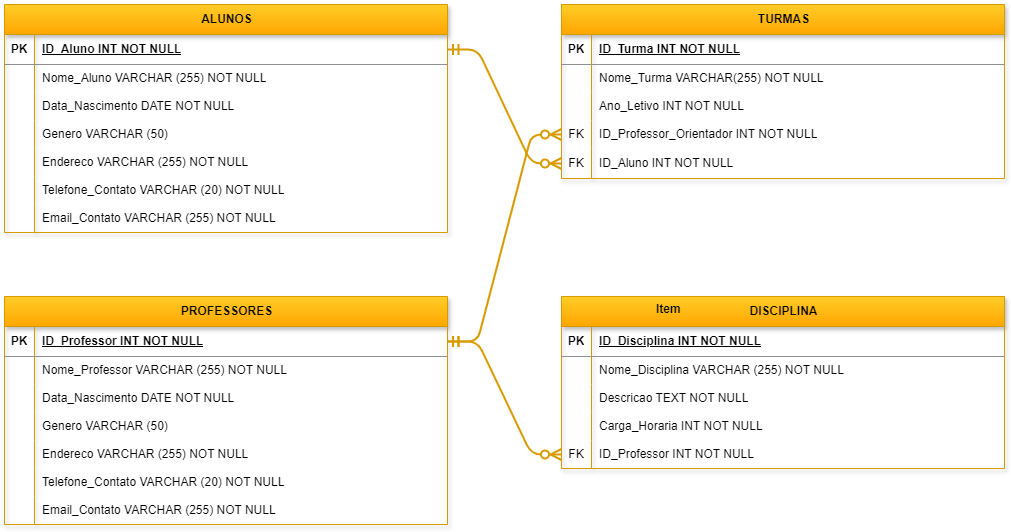
Above: Representations/tab_logic_keys.png in matheusvieger/Data_Collection_Storage (draw.io), before the change. Source tidied: cells renumbered, new cells last; positions are measured from the earlier drawing's top-left corner, leaving out a move shared by most shapes.
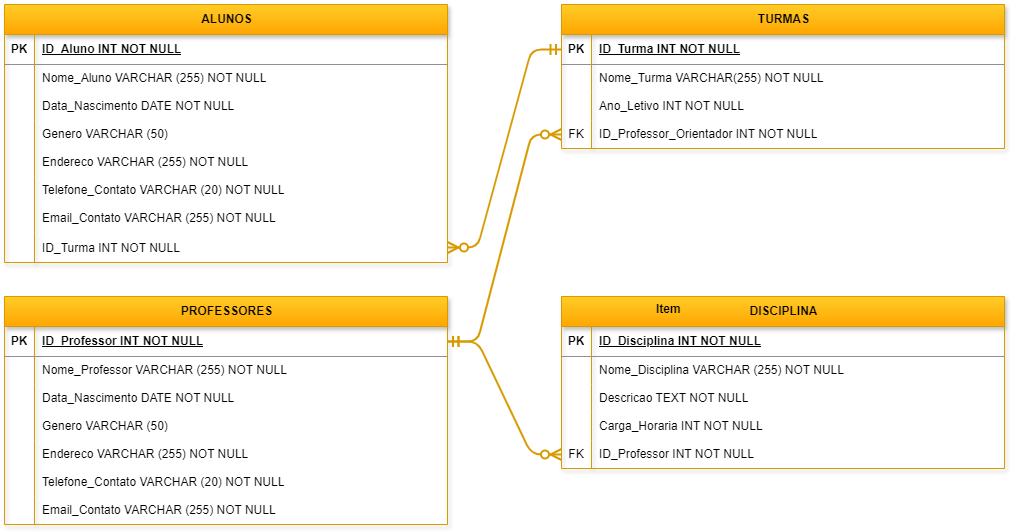
Later version of the same file.

Change to the diagram source:
```diff
@@ -3,7 +3,7 @@
     <mxCell id="0" />
     <mxCell id="1" parent="0" />
     <mxCell id="2" value="ALUNOS" style="shape=table;startSize=30;rowLines=0;fontStyle=1;align=center;html=1;labelBackgroundColor=none;fillColor=#ffcd28;strokeColor=#d79b00;rounded=0;labelBorderColor=none;gradientColor=#ffa500;swimlaneLine=1;shadow=1;" parent="1" vertex="1">
-      <mxGeometry width="443" height="228" as="geometry" />
+      <mxGeometry width="443" height="258" as="geometry" />
     </mxCell>
     <mxCell id="3" style="shape=tableRow;horizontal=0;startSize=0;swimlaneHead=0;swimlaneBody=0;fillColor=none;points=[[0,0.5],[1,0.5]];portConstraint=eastwest;top=0;left=0;right=0;bottom=1;labelBackgroundColor=default;strokeColor=#909090;fontColor=default;rounded=0;labelBorderColor=none;" parent="2" vertex="1">
       <mxGeometry y="30" width="443" height="30" as="geometry" />
@@ -68,6 +68,15 @@
     <mxCell id="23" value="Email_Contato VARCHAR (255) NOT NULL" style="shape=partialRectangle;fillColor=none;top=0;left=0;bottom=0;right=0;align=left;spacingLeft=6;overflow=hidden;whiteSpace=wrap;html=1;labelBackgroundColor=default;strokeColor=#909090;fontColor=default;rounded=0;labelBorderColor=none;" parent="21" vertex="1">
       <mxGeometry x="30" width="413" height="28" as="geometry" />
     </mxCell>
+    <mxCell id="82" style="shape=tableRow;horizontal=0;startSize=0;swimlaneHead=0;swimlaneBody=0;fillColor=none;points=[[0,0.5],[1,0.5]];portConstraint=eastwest;top=0;left=0;right=0;bottom=0;" parent="2" vertex="1">
+      <mxGeometry y="228" width="443" height="30" as="geometry" />
+    </mxCell>
+    <mxCell id="83" style="shape=partialRectangle;fillColor=none;top=0;left=0;bottom=0;right=0;overflow=hidden;" parent="82" vertex="1">
+      <mxGeometry width="30" height="30" as="geometry" />
+    </mxCell>
+    <mxCell id="84" value="ID_Turma INT NOT NULL" style="shape=partialRectangle;fillColor=none;top=0;left=0;bottom=0;right=0;align=left;spacingLeft=6;overflow=hidden;" parent="82" vertex="1">
+      <mxGeometry x="30" width="413" height="30" as="geometry" />
+    </mxCell>
     <mxCell id="24" value="PROFESSORES" style="shape=table;startSize=30;rowLines=0;fontStyle=1;align=center;html=1;labelBackgroundColor=none;fillColor=#ffcd28;strokeColor=#d79b00;rounded=0;labelBorderColor=none;gradientColor=#ffa500;shadow=1;" parent="1" vertex="1">
       <mxGeometry y="292" width="443" height="228" as="geometry" />
     </mxCell>
@@ -191,7 +200,7 @@
       </mxGeometry>
     </mxCell>
     <mxCell id="63" value="TURMAS" style="shape=table;startSize=30;rowLines=0;fontStyle=1;align=center;html=1;labelBackgroundColor=none;fillColor=#ffcd28;strokeColor=#d79b00;rounded=0;labelBorderColor=none;gradientColor=#ffa500;shadow=1;" parent="1" vertex="1">
-      <mxGeometry x="557" width="443" height="174" as="geometry" />
+      <mxGeometry x="557" width="443" height="144" as="geometry" />
     </mxCell>
     <mxCell id="64" style="shape=tableRow;horizontal=0;startSize=0;swimlaneHead=0;swimlaneBody=0;fillColor=none;points=[[0,0.5],[1,0.5]];portConstraint=eastwest;top=0;left=0;right=0;bottom=1;labelBackgroundColor=default;strokeColor=#909090;fontColor=default;rounded=0;labelBorderColor=none;" parent="63" vertex="1">
       <mxGeometry y="30" width="443" height="30" as="geometry" />
@@ -229,22 +238,13 @@
     <mxCell id="75" value="ID_Professor_Orientador INT NOT NULL" style="shape=partialRectangle;fillColor=none;top=0;left=0;bottom=0;right=0;align=left;spacingLeft=6;overflow=hidden;whiteSpace=wrap;html=1;labelBackgroundColor=default;strokeColor=#909090;fontColor=default;rounded=0;labelBorderColor=none;" parent="73" vertex="1">
       <mxGeometry x="30" width="413" height="28" as="geometry" />
     </mxCell>
-    <mxCell id="76" style="shape=tableRow;horizontal=0;startSize=0;swimlaneHead=0;swimlaneBody=0;fillColor=none;points=[[0,0.5],[1,0.5]];portConstraint=eastwest;top=0;left=0;right=0;bottom=0;rounded=0;shadow=1;strokeColor=#d79b00;align=center;verticalAlign=middle;fontFamily=Helvetica;fontSize=12;fontColor=default;fontStyle=1;labelBorderColor=none;labelBackgroundColor=none;" parent="63" vertex="1">
-      <mxGeometry y="144" width="443" height="30" as="geometry" />
-    </mxCell>
-    <mxCell id="77" value="FK" style="shape=partialRectangle;fillColor=none;top=0;left=0;bottom=0;right=0;fontStyle=0;overflow=hidden;whiteSpace=wrap;html=1;rounded=0;shadow=1;strokeColor=#d79b00;align=center;verticalAlign=middle;fontFamily=Helvetica;fontSize=12;fontColor=default;labelBorderColor=none;labelBackgroundColor=none;" parent="76" vertex="1">
-      <mxGeometry width="30" height="30" as="geometry" />
-    </mxCell>
-    <mxCell id="78" value="ID_Aluno INT NOT NULL" style="shape=partialRectangle;fillColor=none;top=0;left=0;bottom=0;right=0;align=left;spacingLeft=6;fontStyle=0;overflow=hidden;whiteSpace=wrap;html=1;rounded=0;shadow=1;strokeColor=#d79b00;verticalAlign=middle;fontFamily=Helvetica;fontSize=12;fontColor=default;labelBorderColor=none;labelBackgroundColor=none;" parent="76" vertex="1">
-      <mxGeometry x="30" width="413" height="30" as="geometry" />
-    </mxCell>
     <mxCell id="79" style="edgeStyle=entityRelationEdgeStyle;fontSize=12;html=1;endArrow=ERzeroToMany;startArrow=ERmandOne;rounded=1;startSize=8;endSize=8;curved=0;exitX=1;exitY=0.5;exitDx=0;exitDy=0;entryX=0;entryY=0.5;entryDx=0;entryDy=0;labelBackgroundColor=default;strokeColor=#d79b00;fontColor=#000000;labelBorderColor=none;strokeWidth=2;fillColor=#ffcd28;gradientColor=#ffa500;" parent="1" edge="1" source="25" target="73">
       <mxGeometry relative="1" as="geometry" />
     </mxCell>
     <mxCell id="80" value="Item" style="text;strokeColor=none;fillColor=none;spacingLeft=4;spacingRight=4;overflow=hidden;fontSize=12;whiteSpace=wrap;html=1;fontFamily=Helvetica;fontColor=default;fontStyle=1;labelBorderColor=none;labelBackgroundColor=none;" parent="1" vertex="1">
       <mxGeometry x="646" y="291" width="40" height="30" as="geometry" />
     </mxCell>
-    <mxCell id="81" style="edgeStyle=entityRelationEdgeStyle;fontSize=12;html=1;endArrow=ERzeroToMany;startArrow=ERmandOne;rounded=1;startSize=8;endSize=8;curved=0;exitX=1;exitY=0.5;exitDx=0;exitDy=0;entryX=0;entryY=0.5;entryDx=0;entryDy=0;labelBackgroundColor=default;strokeColor=#d79b00;fontColor=#000000;labelBorderColor=none;strokeWidth=2;fillColor=#ffcd28;gradientColor=#ffa500;" parent="1" edge="1" source="3" target="76">
+    <mxCell id="81" style="edgeStyle=entityRelationEdgeStyle;fontSize=12;html=1;endArrow=ERzeroToMany;startArrow=ERmandOne;rounded=1;startSize=8;endSize=8;curved=0;exitX=0;exitY=0.5;exitDx=0;exitDy=0;entryX=1;entryY=0.5;entryDx=0;entryDy=0;labelBackgroundColor=default;strokeColor=#d79b00;fontColor=#000000;labelBorderColor=none;strokeWidth=2;fillColor=#ffcd28;gradientColor=#ffa500;" parent="1" edge="1" source="64" target="82">
       <mxGeometry relative="1" as="geometry" />
     </mxCell>
   </root>
```
